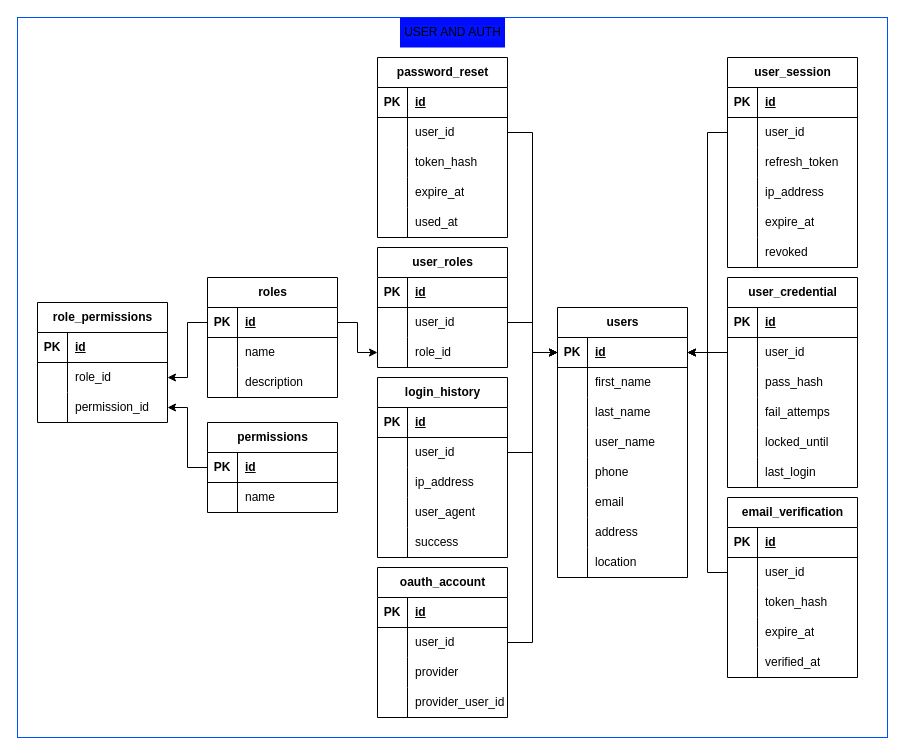
Above: page "database" (1 of 2) of doc/sys/suitupSystem.drawio in iraar2000/SuitUP (draw.io), before the change. Source tidied: cells renumbered, new cells numbered last; positions are measured from the earlier drawing's top-left corner, leaving out a move shared by most shapes. Both pictures are drawn from the tidied source at 100%, with x=0, y=0 at pixel (17, 17).
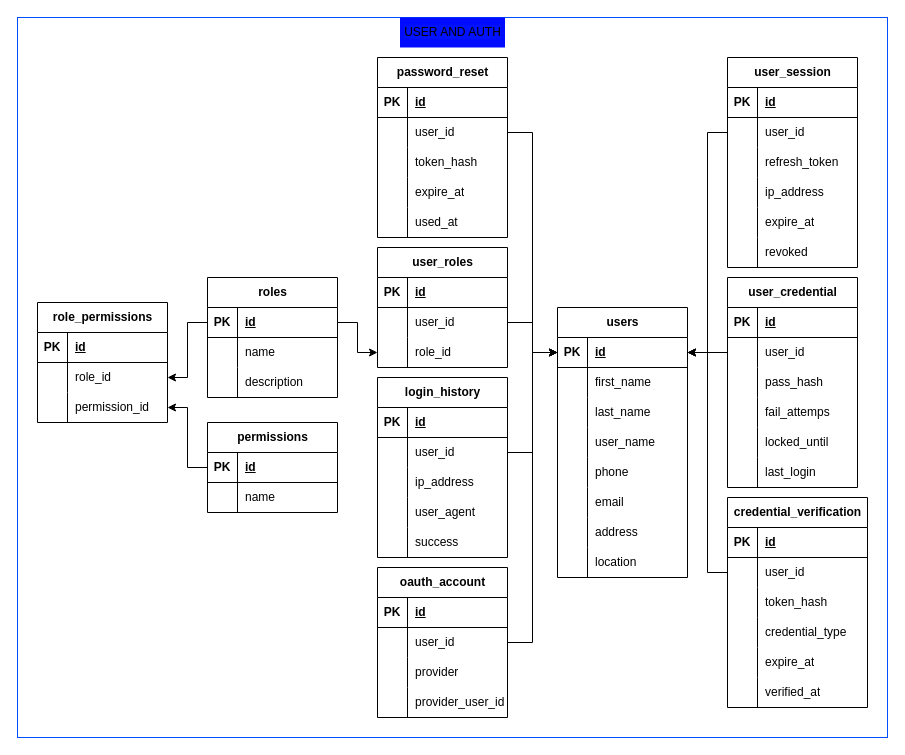
The same page after the edit.

The edit, as a diff of the source:
```diff
@@
-    <mxCell id="69" value="email_verification" style="shape=table;startSize=30;childLayout=tableLayout;rowLines=0;fontStyle=1;align=center;html=1;" parent="1" vertex="1">
-      <mxGeometry x="710" y="480" width="130" height="180" as="geometry" />
+    <mxCell id="69" value="credential_verification" style="shape=table;startSize=30;childLayout=tableLayout;rowLines=0;fontStyle=1;align=center;html=1;" parent="1" vertex="1">
+      <mxGeometry x="710" y="480" width="140" height="210" as="geometry" />
     </mxCell>
     <mxCell id="70" style="shape=tableRow;horizontal=0;startSize=0;swimlaneHead=0;swimlaneBody=0;fillColor=none;top=0;left=0;right=0;bottom=1;" parent="69" vertex="1">
-      <mxGeometry y="30" width="130" height="30" as="geometry" />
+      <mxGeometry y="30" width="140" height="30" as="geometry" />
     </mxCell>
@@
     <mxCell id="72" value="id" style="shape=partialRectangle;fillColor=none;top=0;left=0;bottom=0;right=0;align=left;spacingLeft=6;fontStyle=5;overflow=hidden;whiteSpace=wrap;html=1;" parent="70" vertex="1">
-      <mxGeometry x="30" width="100" height="30" as="geometry" />
+      <mxGeometry x="30" width="110" height="30" as="geometry" />
     </mxCell>
     <mxCell id="73" style="shape=tableRow;horizontal=0;startSize=0;swimlaneHead=0;swimlaneBody=0;fillColor=none;points=[[0,0.5],[1,0.5]];portConstraint=eastwest;top=0;left=0;right=0;bottom=0;" parent="69" vertex="1">
-      <mxGeometry y="60" width="130" height="30" as="geometry" />
+      <mxGeometry y="60" width="140" height="30" as="geometry" />
     </mxCell>
@@
     <mxCell id="75" value="user_id" style="shape=partialRectangle;fillColor=none;top=0;left=0;bottom=0;right=0;align=left;spacingLeft=6;overflow=hidden;whiteSpace=wrap;html=1;" parent="73" vertex="1">
-      <mxGeometry x="30" width="100" height="30" as="geometry" />
+      <mxGeometry x="30" width="110" height="30" as="geometry" />
     </mxCell>
     <mxCell id="76" style="shape=tableRow;horizontal=0;startSize=0;swimlaneHead=0;swimlaneBody=0;fillColor=none;top=0;left=0;right=0;bottom=0;" parent="69" vertex="1">
-      <mxGeometry y="90" width="130" height="30" as="geometry" />
+      <mxGeometry y="90" width="140" height="30" as="geometry" />
     </mxCell>
@@
     <mxCell id="78" value="token_hash" style="shape=partialRectangle;fillColor=none;top=0;left=0;bottom=0;right=0;align=left;spacingLeft=6;overflow=hidden;whiteSpace=wrap;html=1;" parent="76" vertex="1">
-      <mxGeometry x="30" width="100" height="30" as="geometry" />
+      <mxGeometry x="30" width="110" height="30" as="geometry" />
     </mxCell>
+    <mxCell id="175" style="shape=tableRow;horizontal=0;startSize=0;swimlaneHead=0;swimlaneBody=0;fillColor=none;top=0;left=0;right=0;bottom=0;" parent="69" vertex="1">
+      <mxGeometry y="120" width="140" height="30" as="geometry" />
+    </mxCell>
+    <mxCell id="176" style="shape=partialRectangle;fillColor=none;top=0;left=0;bottom=0;right=0;overflow=hidden;whiteSpace=wrap;html=1;" parent="175" vertex="1">
+      <mxGeometry width="30" height="30" as="geometry" />
+    </mxCell>
+    <mxCell id="177" value="credential_type" style="shape=partialRectangle;fillColor=none;top=0;left=0;bottom=0;right=0;align=left;spacingLeft=6;overflow=hidden;whiteSpace=wrap;html=1;" parent="175" vertex="1">
+      <mxGeometry x="30" width="110" height="30" as="geometry" />
+    </mxCell>
     <mxCell id="79" style="shape=tableRow;horizontal=0;startSize=0;swimlaneHead=0;swimlaneBody=0;fillColor=none;top=0;left=0;right=0;bottom=0;" parent="69" vertex="1">
-      <mxGeometry y="120" width="130" height="30" as="geometry" />
+      <mxGeometry y="150" width="140" height="30" as="geometry" />
     </mxCell>
@@
     <mxCell id="81" value="expire_at" style="shape=partialRectangle;fillColor=none;top=0;left=0;bottom=0;right=0;align=left;spacingLeft=6;overflow=hidden;whiteSpace=wrap;html=1;" parent="79" vertex="1">
-      <mxGeometry x="30" width="100" height="30" as="geometry" />
+      <mxGeometry x="30" width="110" height="30" as="geometry" />
     </mxCell>
     <mxCell id="82" style="shape=tableRow;horizontal=0;startSize=0;swimlaneHead=0;swimlaneBody=0;fillColor=none;top=0;left=0;right=0;bottom=0;" parent="69" vertex="1">
-      <mxGeometry y="150" width="130" height="30" as="geometry" />
+      <mxGeometry y="180" width="140" height="30" as="geometry" />
     </mxCell>
@@
     <mxCell id="84" value="verified_at" style="shape=partialRectangle;fillColor=none;top=0;left=0;bottom=0;right=0;align=left;spacingLeft=6;overflow=hidden;whiteSpace=wrap;html=1;" parent="82" vertex="1">
-      <mxGeometry x="30" width="100" height="30" as="geometry" />
+      <mxGeometry x="30" width="110" height="30" as="geometry" />
     </mxCell>
```
